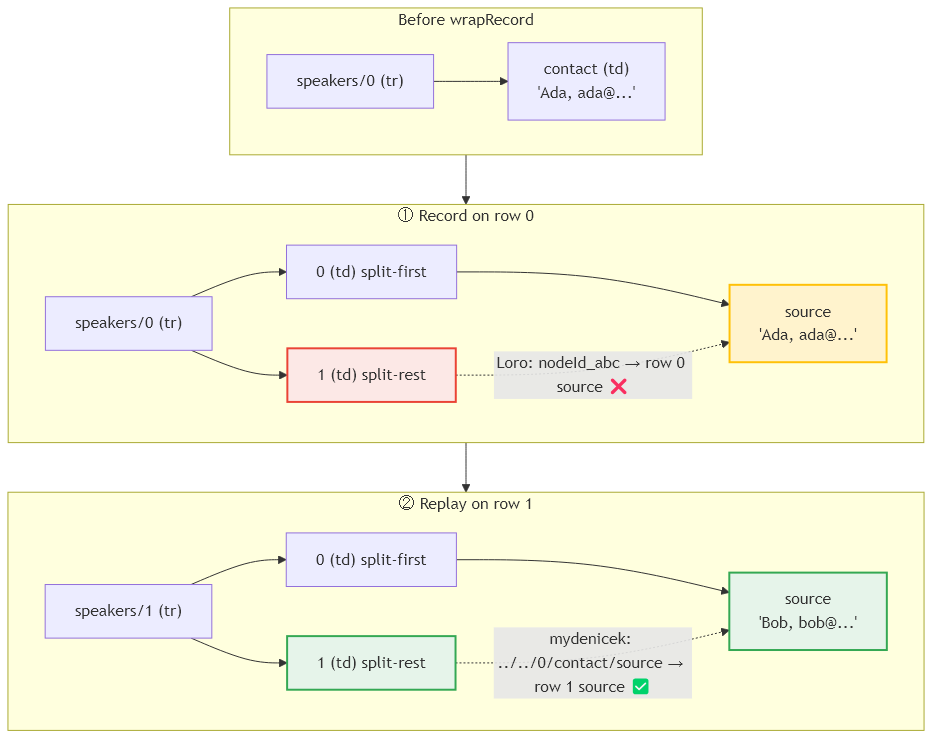
Earlier version of the Mermaid export img/retargeting.png (krsion/master-thesis). Its source is kept beside it as img/retargeting.mmd.
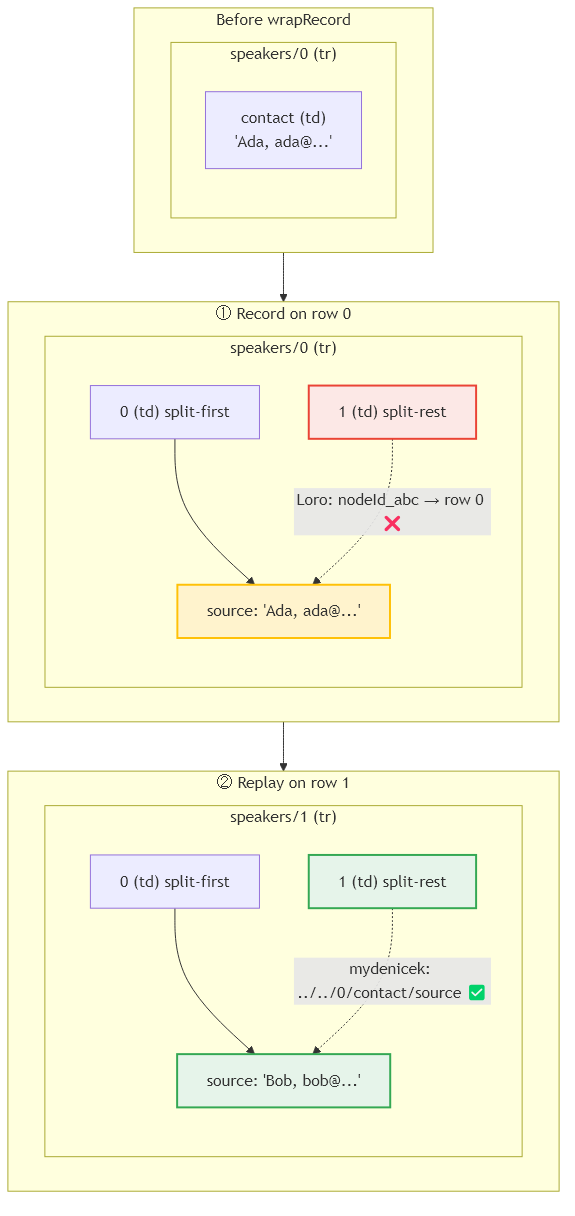
After the change.

Commit message:
Nest children inside parent subgraphs in retargeting diagram

Diff of the diagram source:
```diff
@@ -1,37 +1,32 @@
 graph TB
     subgraph before["Before wrapRecord"]
-        direction LR
-        B0["speakers/0 (tr)"]
-        B0C["contact (td)<br/>'Ada, ada@...'"]
-        B0 --> B0C
+        subgraph B0["speakers/0 (tr)"]
+            B0C["contact (td)<br/>'Ada, ada@...'"]
+        end
     end
 
     subgraph record["① Record on row 0"]
-        direction LR
-        R0["speakers/0 (tr)"]
-        R0a["0 (td) split-first"]
-        R0s["source<br/>'Ada, ada@...'"]
-        R0b["1 (td) split-rest"]
-        R0 --> R0a
-        R0a --> R0s
-        R0 --> R0b
+        subgraph R0["speakers/0 (tr)"]
+            R0a["0 (td) split-first"]
+            R0s["source: 'Ada, ada@...'"]
+            R0b["1 (td) split-rest"]
+            R0a --> R0s
+        end
     end
 
     subgraph replay["② Replay on row 1"]
-        direction LR
-        R1["speakers/1 (tr)"]
-        R1a["0 (td) split-first"]
-        R1s["source<br/>'Bob, bob@...'"]
-        R1b["1 (td) split-rest"]
-        R1 --> R1a
-        R1a --> R1s
-        R1 --> R1b
+        subgraph R1["speakers/1 (tr)"]
+            R1a["0 (td) split-first"]
+            R1s["source: 'Bob, bob@...'"]
+            R1b["1 (td) split-rest"]
+            R1a --> R1s
+        end
     end
 
     before --> record --> replay
 
-    R0b -. "Loro: nodeId_abc → row 0 source ❌" .-> R0s
-    R1b -. "mydenicek: ../../0/contact/source → row 1 source ✅" .-> R1s
+    R0b -. "Loro: nodeId_abc → row 0 ❌" .-> R0s
+    R1b -. "mydenicek: ../../0/contact/source ✅" .-> R1s
 
     style R0b fill:#fce8e6,stroke:#ea4335,stroke-width:2px
     style R1b fill:#e6f4ea,stroke:#34a853,stroke-width:2px
```
